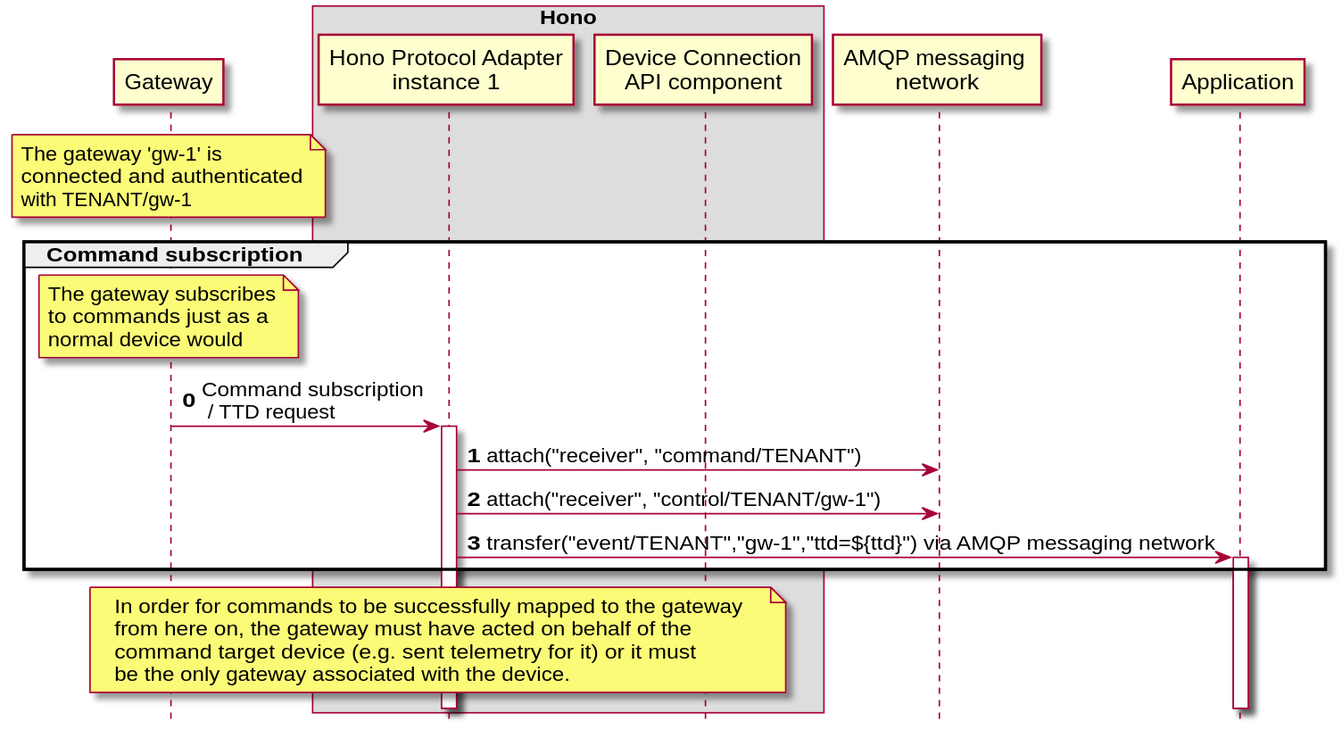
The PlantUML diagram site/documentation/content/concepts/command_control_concept_gateway_all_devices_1.svg in eclipse-hono/hono, before a commit. The source it was exported from:
```plantuml
@startuml
scale 1.2
hide footbox

participant Gateway order 20
box "Hono"
    participant "Hono Protocol Adapter\ninstance 1" order 30
    participant "Device Connection\nAPI component" order 50
end box
participant "AMQP messaging \nnetwork" order 60
participant Application order 70

autonumber 0

note over Gateway
The gateway 'gw-1' is
connected and authenticated
with TENANT/gw-1
end note

group Command subscription
    note over Gateway
    The gateway subscribes
    to commands just as a
    normal device would
    end note
    Gateway -> "Hono Protocol Adapter\ninstance 1": Command subscription\n / TTD request
    activate "Hono Protocol Adapter\ninstance 1"

    "Hono Protocol Adapter\ninstance 1" -> "AMQP messaging \nnetwork": attach("receiver", "command/TENANT")
    "Hono Protocol Adapter\ninstance 1" -> "AMQP messaging \nnetwork": attach("receiver", "control/TENANT/gw-1")

    "Hono Protocol Adapter\ninstance 1" -> Application: transfer("event/TENANT","gw-1","ttd=${ttd}")  via AMQP messaging network
    activate Application
end

note over Gateway, "Device Connection\nAPI component"
In order for commands to be successfully mapped to the gateway
from here on, the gateway must have acted on behalf of the
command target device (e.g. sent telemetry for it) or it must
be the only gateway associated with the device.
end note

@enduml
```
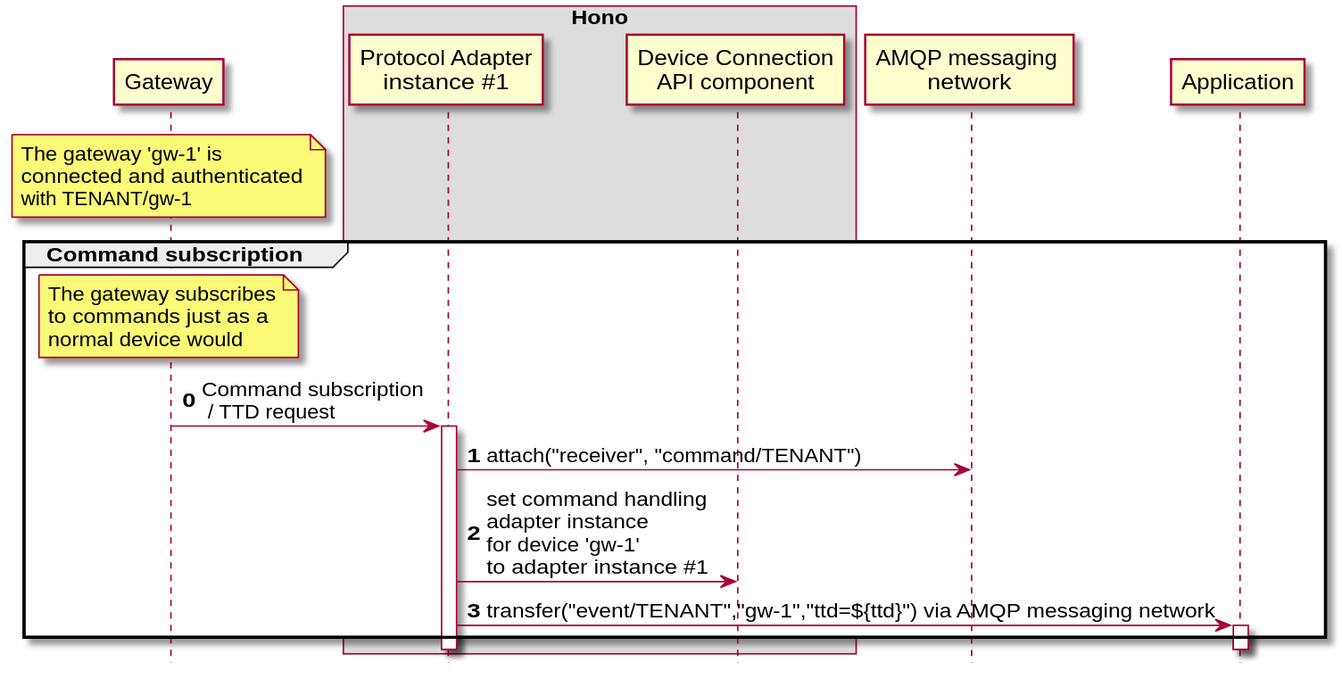
The same diagram one commit later.

Diff of the diagram source:
```diff
@@ -4,7 +4,7 @@
 
 participant Gateway order 20
 box "Hono"
-    participant "Hono Protocol Adapter\ninstance 1" order 30
+    participant "Protocol Adapter\ninstance #1" order 30
     participant "Device Connection\nAPI component" order 50
 end box
 participant "AMQP messaging \nnetwork" order 60
@@ -24,21 +24,14 @@
     to commands just as a
     normal device would
     end note
-    Gateway -> "Hono Protocol Adapter\ninstance 1": Command subscription\n / TTD request
-    activate "Hono Protocol Adapter\ninstance 1"
+    Gateway -> "Protocol Adapter\ninstance #1": Command subscription\n / TTD request
+    activate "Protocol Adapter\ninstance #1"
 
-    "Hono Protocol Adapter\ninstance 1" -> "AMQP messaging \nnetwork": attach("receiver", "command/TENANT")
-    "Hono Protocol Adapter\ninstance 1" -> "AMQP messaging \nnetwork": attach("receiver", "control/TENANT/gw-1")
+    "Protocol Adapter\ninstance #1" -> "AMQP messaging \nnetwork": attach("receiver", "command/TENANT")
+    "Protocol Adapter\ninstance #1" -> "Device Connection\nAPI component": set command handling \nadapter instance \nfor device 'gw-1' \nto adapter instance #1
 
-    "Hono Protocol Adapter\ninstance 1" -> Application: transfer("event/TENANT","gw-1","ttd=${ttd}")  via AMQP messaging network
+    "Protocol Adapter\ninstance #1" -> Application: transfer("event/TENANT","gw-1","ttd=${ttd}")  via AMQP messaging network
     activate Application
 end
 
-note over Gateway, "Device Connection\nAPI component"
-In order for commands to be successfully mapped to the gateway
-from here on, the gateway must have acted on behalf of the
-command target device (e.g. sent telemetry for it) or it must
-be the only gateway associated with the device.
-end note
-
 @enduml
```
